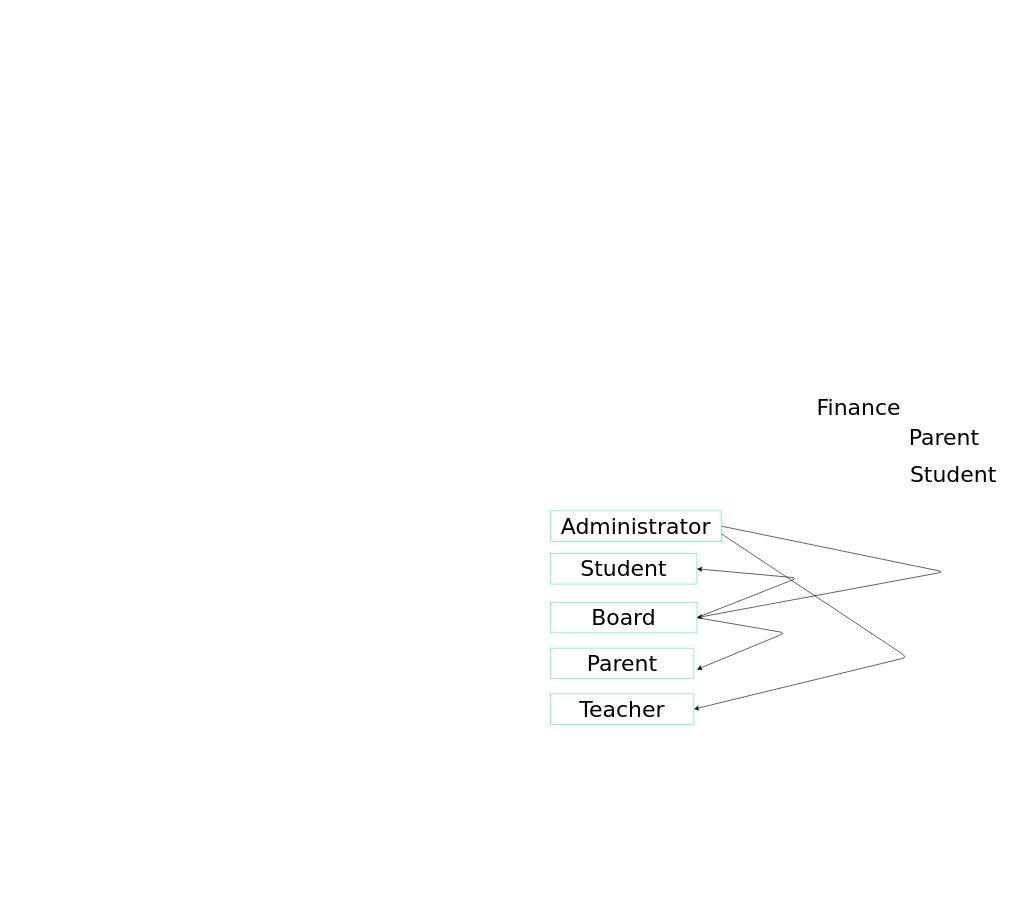
The draw.io diagram backend/docs/architecture.drawio in haxurn/schoolhub, before the edit. Source tidied: cells renumbered, new cells numbered last; positions are measured from the earlier drawing's top-left corner, leaving out a move shared by most shapes. Both pictures are drawn from the tidied source at 61%, with x=0, y=0 at pixel (550, 389).
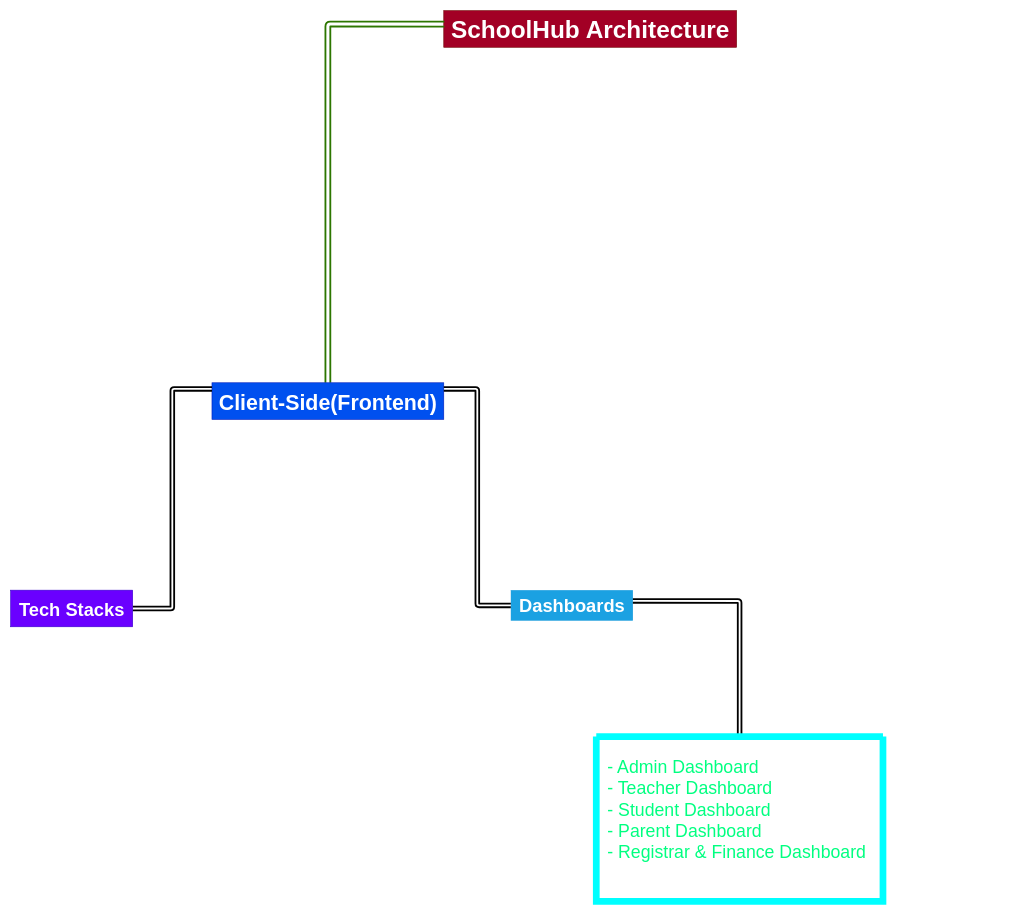
After the change.

The edit, as a diff of the source:
```diff
@@
 <mxGraphModel>
   <root>
     <mxCell id="0" />
     <mxCell id="1" parent="0" />
-    <mxCell id="2" style="edgeStyle=none;html=1;exitX=1;exitY=0.5;exitDx=0;exitDy=0;entryX=1;entryY=0.5;entryDx=0;entryDy=0;fontFamily=Verdana;fontSize=36;" parent="1" edge="1" source="4" target="8">
-      <mxGeometry relative="1" as="geometry">
-        <Array as="points">
-          <mxPoint x="645" y="300" />
-        </Array>
-      </mxGeometry>
-    </mxCell>
-    <mxCell id="3" style="edgeStyle=none;html=1;exitX=1;exitY=0.75;exitDx=0;exitDy=0;entryX=1;entryY=0.5;entryDx=0;entryDy=0;fontFamily=Verdana;fontSize=36;" parent="1" edge="1" source="4" target="10">
-      <mxGeometry relative="1" as="geometry">
-        <Array as="points">
-          <mxPoint x="585" y="440" />
-        </Array>
-      </mxGeometry>
-    </mxCell>
-    <mxCell id="4" value="Administrator" style="rounded=0;whiteSpace=wrap;html=1;strokeColor=#48F08B;fontFamily=Verdana;fontSize=36;" parent="1" vertex="1">
-      <mxGeometry y="200" width="280" height="50" as="geometry" />
-    </mxCell>
-    <mxCell id="5" value="Student" style="whiteSpace=wrap;html=1;strokeColor=#48F08B;fontFamily=Verdana;fontSize=36;" parent="1" vertex="1">
-      <mxGeometry y="270" width="240" height="50" as="geometry" />
-    </mxCell>
-    <mxCell id="6" style="edgeStyle=none;html=1;exitX=1;exitY=0.5;exitDx=0;exitDy=0;fontFamily=Verdana;fontSize=36;" parent="1" edge="1" source="8">
-      <mxGeometry relative="1" as="geometry">
-        <mxPoint x="240" y="460" as="targetPoint" />
-        <Array as="points">
-          <mxPoint x="385" y="400" />
-        </Array>
-      </mxGeometry>
-    </mxCell>
-    <mxCell id="7" style="edgeStyle=none;html=1;exitX=1;exitY=0.5;exitDx=0;exitDy=0;entryX=1;entryY=0.5;entryDx=0;entryDy=0;fontFamily=Verdana;fontSize=36;" parent="1" edge="1" source="8" target="5">
-      <mxGeometry relative="1" as="geometry">
-        <Array as="points">
-          <mxPoint x="405" y="310" />
-        </Array>
-      </mxGeometry>
-    </mxCell>
-    <mxCell id="8" value="Board" style="whiteSpace=wrap;html=1;strokeColor=#48F08B;fontFamily=Verdana;fontSize=36;" parent="1" vertex="1">
-      <mxGeometry y="350" width="240" height="50" as="geometry" />
-    </mxCell>
-    <mxCell id="9" value="Parent" style="whiteSpace=wrap;html=1;strokeColor=#48F08B;fontFamily=Verdana;fontSize=36;" parent="1" vertex="1">
-      <mxGeometry y="425" width="235" height="50" as="geometry" />
-    </mxCell>
-    <mxCell id="10" value="Teacher" style="whiteSpace=wrap;html=1;strokeColor=#48F08B;fontFamily=Verdana;fontSize=36;" parent="1" vertex="1">
-      <mxGeometry y="500" width="235" height="50" as="geometry" />
-    </mxCell>
-    <mxCell id="11" value="Finance" style="text;html=1;align=center;verticalAlign=middle;strokeColor=none;fillColor=none;fontSize=36;fontFamily=Verdana;" parent="1" vertex="1">
-      <mxGeometry x="425" width="160" height="60" as="geometry" />
-    </mxCell>
-    <mxCell id="12" value="Parent" style="text;html=1;align=center;verticalAlign=middle;strokeColor=none;fillColor=none;fontSize=36;fontFamily=Verdana;" parent="1" vertex="1">
-      <mxGeometry x="575" y="50" width="140" height="60" as="geometry" />
-    </mxCell>
-    <mxCell id="13" value="Student" style="text;html=1;align=center;verticalAlign=middle;strokeColor=none;fillColor=none;fontSize=36;fontFamily=Verdana;" parent="1" vertex="1">
-      <mxGeometry x="575" y="110" width="170" height="60" as="geometry" />
-    </mxCell>
+    <mxCell id="14" value="&lt;font style=&quot;font-size: 40px;&quot;&gt;&lt;b&gt;SchoolHub Architecture&lt;/b&gt;&lt;/font&gt;" style="text;html=1;align=center;verticalAlign=middle;points=[];strokeColor=#6F0000;fillColor=#a20025;fontColor=#ffffff;" parent="1" vertex="1">
+      <mxGeometry x="-175" y="-620" width="480" height="60" as="geometry" />
+    </mxCell>
+    <mxCell id="15" style="edgeStyle=orthogonalEdgeStyle;html=1;entryX=0.002;entryY=0.367;entryDx=0;entryDy=0;entryPerimeter=0;fontSize=35;fillColor=#60a917;strokeColor=#2D7600;strokeWidth=3;endArrow=oval;endFill=1;shape=link;width=6;" parent="1" edge="1" source="16" target="14">
+      <mxGeometry relative="1" as="geometry" />
+    </mxCell>
+    <mxCell id="16" value="&lt;b&gt;&lt;font style=&quot;font-size: 35px;&quot;&gt;Client-Side(Frontend)&lt;/font&gt;&lt;/b&gt;" style="text;html=1;align=center;verticalAlign=middle;points=[];strokeColor=#001DBC;fillColor=#0050ef;fontSize=40;fontColor=#ffffff;" parent="1" vertex="1">
+      <mxGeometry x="-555" y="-10" width="380" height="60" as="geometry" />
+    </mxCell>
+    <mxCell id="17" style="edgeStyle=orthogonalEdgeStyle;shape=link;html=1;entryX=0;entryY=0.167;entryDx=0;entryDy=0;entryPerimeter=0;strokeWidth=3;fontSize=30;endArrow=oval;endFill=1;" parent="1" edge="1" source="18" target="16">
+      <mxGeometry relative="1" as="geometry" />
+    </mxCell>
+    <mxCell id="18" value="&lt;span style=&quot;font-size: 30px;&quot;&gt;&lt;b&gt;Tech Stacks&lt;/b&gt;&lt;/span&gt;" style="text;html=1;align=center;verticalAlign=middle;points=[];strokeColor=#3700CC;fillColor=#6a00ff;fontSize=35;fontColor=#ffffff;" parent="1" vertex="1">
+      <mxGeometry x="-885" y="330" width="200" height="60" as="geometry" />
+    </mxCell>
+    <mxCell id="19" style="edgeStyle=orthogonalEdgeStyle;shape=link;html=1;entryX=1;entryY=0.167;entryDx=0;entryDy=0;entryPerimeter=0;strokeWidth=3;fontSize=30;endArrow=oval;endFill=1;" parent="1" edge="1" source="20" target="16">
+      <mxGeometry relative="1" as="geometry" />
+    </mxCell>
+    <mxCell id="20" value="&lt;b&gt;Dashboards&lt;/b&gt;" style="text;html=1;align=center;verticalAlign=middle;points=[];strokeColor=#006EAF;fillColor=#1ba1e2;fontSize=30;fontColor=#ffffff;strokeWidth=0;" parent="1" vertex="1">
+      <mxGeometry x="-65" y="330" width="200" height="50" as="geometry" />
+    </mxCell>
+    <mxCell id="21" style="edgeStyle=orthogonalEdgeStyle;shape=link;html=1;entryX=1;entryY=0.353;entryDx=0;entryDy=0;entryPerimeter=0;strokeWidth=3;fontSize=29;fontColor=#00FF80;endArrow=oval;endFill=1;" parent="1" edge="1" source="22" target="20">
+      <mxGeometry relative="1" as="geometry" />
+    </mxCell>
+    <mxCell id="22" style="swimlane;startSize=0;strokeWidth=11;fontSize=30;strokeColor=#00FFFF;" parent="1" vertex="1">
+      <mxGeometry x="75" y="570" width="470" height="270" as="geometry" />
+    </mxCell>
+    <mxCell id="23" value="&lt;div style=&quot;text-align: justify; font-size: 29px;&quot;&gt;&lt;span style=&quot;background-color: initial;&quot;&gt;&lt;font style=&quot;font-size: 29px;&quot; color=&quot;#00ff80&quot;&gt;- Admin Dashboard&lt;/font&gt;&lt;/span&gt;&lt;/div&gt;&lt;font color=&quot;#00ff80&quot; style=&quot;font-size: 29px;&quot;&gt;&lt;div style=&quot;text-align: justify;&quot;&gt;&lt;span style=&quot;background-color: initial;&quot;&gt;- Teacher Dashboard&lt;/span&gt;&lt;/div&gt;&lt;div style=&quot;text-align: justify;&quot;&gt;&lt;span style=&quot;background-color: initial;&quot;&gt;- Student Dashboard&lt;/span&gt;&lt;/div&gt;&lt;div style=&quot;text-align: justify;&quot;&gt;&lt;span style=&quot;background-color: initial;&quot;&gt;- Parent Dashboard&lt;/span&gt;&lt;/div&gt;&lt;div style=&quot;text-align: justify;&quot;&gt;&lt;span style=&quot;background-color: initial;&quot;&gt;- Registrar &amp;amp; Finance Dashboard&lt;/span&gt;&lt;/div&gt;&lt;/font&gt;" style="text;html=1;align=center;verticalAlign=middle;strokeColor=none;fillColor=none;fontSize=30;" parent="22" vertex="1">
+      <mxGeometry x="5" y="25" width="450" height="190" as="geometry" />
+    </mxCell>
   </root>
 </mxGraphModel>
```
